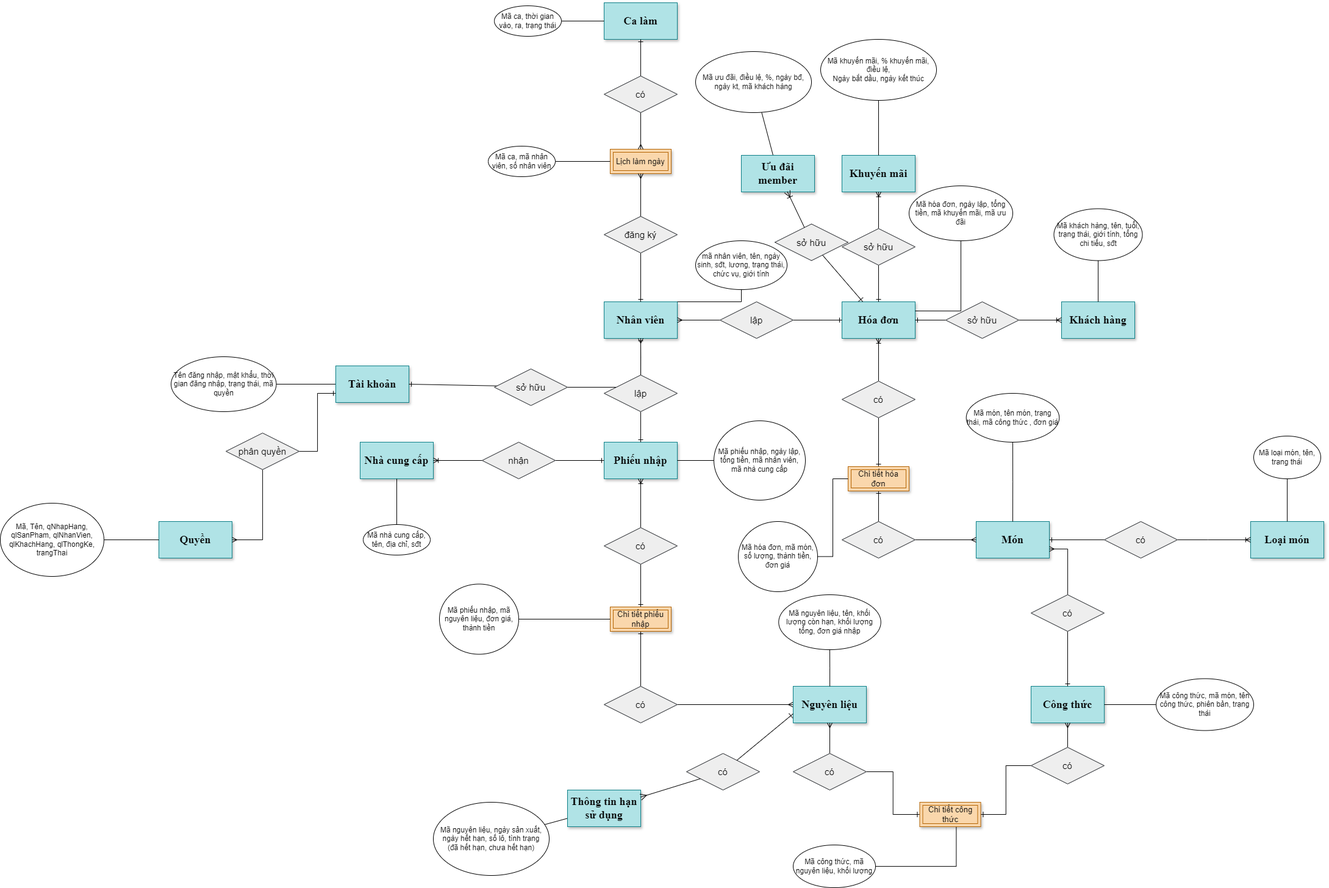
sonvuuu28/QuanLyQuanCaPhe keeps this draw.io diagram as ERD_RDM/ERD.png. Above is the earlier version. Source tidied: cells renumbered, new cells last; positions are measured from the earlier drawing's top-left corner, leaving out a move shared by most shapes.
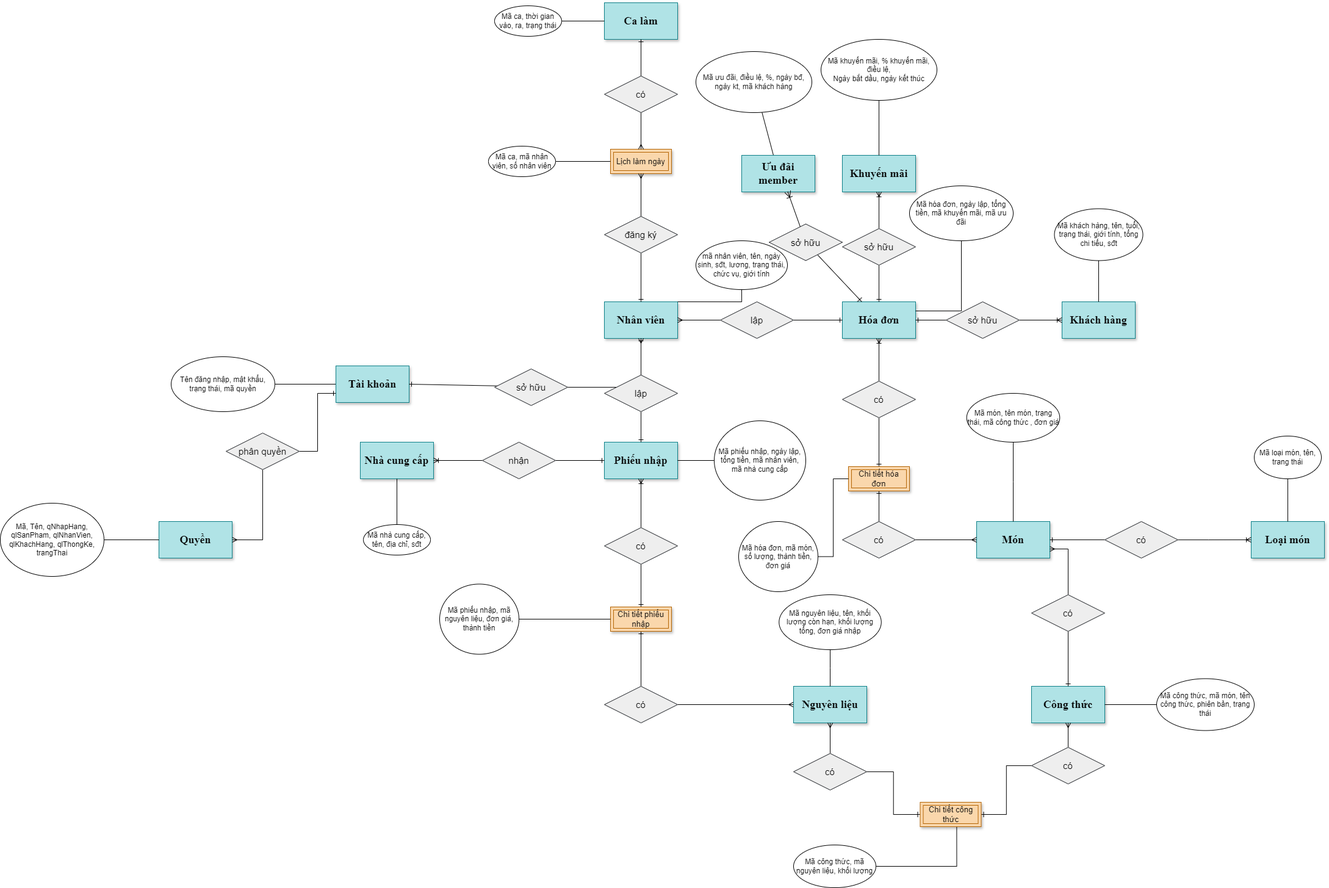
The same file after the commit.

What changed in the source:
```diff
@@ -214,8 +214,8 @@
     <mxCell id="68" value="Mã khách hàng, tên, tuổi, trạng thái, giới tính, tổng chi tiếu, sđt" style="ellipse;whiteSpace=wrap;html=1;align=center;" parent="1" vertex="1">
       <mxGeometry x="1727.5" y="337.5" width="145" height="85" as="geometry" />
     </mxCell>
-    <mxCell id="69" value="Tên đăng nhập, mật khẩu, thời gian đăng nhập, trạng thái, mã quyền" style="ellipse;whiteSpace=wrap;html=1;align=center;" parent="1" vertex="1">
-      <mxGeometry x="280" y="580" width="172.5" height="90" as="geometry" />
+    <mxCell id="69" value="Tên đăng nhập, mật khẩu, trạng thái, mã quyền" style="ellipse;whiteSpace=wrap;html=1;align=center;" parent="1" vertex="1">
+      <mxGeometry x="280" y="580" width="170" height="90" as="geometry" />
     </mxCell>
     <mxCell id="70" style="edgeStyle=orthogonalEdgeStyle;rounded=0;jettySize=auto;html=1;endArrow=none;endFill=0;" parent="1" edge="1" source="71" target="9">
       <mxGeometry relative="1" as="geometry" />
@@ -322,24 +322,6 @@
     <mxCell id="104" value="Mã hóa đơn, mã món, số lượng, thành tiền, đơn giá" style="ellipse;whiteSpace=wrap;html=1;align=center;" parent="1" vertex="1">
       <mxGeometry x="1210" y="850" width="130" height="115" as="geometry" />
     </mxCell>
-    <mxCell id="105" style="edgeStyle=none;curved=1;rounded=0;jettySize=auto;html=1;fontSize=12;startSize=8;endSize=8;endArrow=none;endFill=0;" parent="1" edge="1" source="106" target="107">
-      <mxGeometry relative="1" as="geometry" />
-    </mxCell>
-    <mxCell id="106" value="&lt;p style=&quot;font-size: 18px;&quot; class=&quot;MsoNormal&quot;&gt;&lt;font face=&quot;Times New Roman&quot;&gt;Thông tin hạn sử dụng&lt;/font&gt;&lt;/p&gt;" style="rounded=0;whiteSpace=wrap;html=1;fontSize=18;fontStyle=1;fillColor=#b0e3e6;strokeColor=#0e8088;shadow=1;" parent="1" vertex="1">
-      <mxGeometry x="930" y="1290" width="120" height="60" as="geometry" />
-    </mxCell>
-    <mxCell id="107" value="Mã nguyên liệu, ngày sản xuất, ngày hết hạn, số lô, tình trạng&lt;div&gt;(đã hết hạn, chưa hết hạn)&lt;/div&gt;" style="ellipse;whiteSpace=wrap;html=1;align=center;" parent="1" vertex="1">
-      <mxGeometry x="710" y="1310" width="190" height="120" as="geometry" />
-    </mxCell>
-    <mxCell id="108" style="edgeStyle=none;curved=1;rounded=0;jettySize=auto;html=1;entryX=0;entryY=0.75;entryDx=0;entryDy=0;fontSize=12;startSize=8;endSize=8;endArrow=ERone;endFill=0;" parent="1" edge="1" source="110" target="44">
-      <mxGeometry relative="1" as="geometry" />
-    </mxCell>
-    <mxCell id="109" style="edgeStyle=none;curved=1;rounded=0;jettySize=auto;html=1;fontSize=12;startSize=8;endSize=8;endArrow=ERmany;endFill=0;" parent="1" edge="1" source="110" target="106">
-      <mxGeometry relative="1" as="geometry" />
-    </mxCell>
-    <mxCell id="110" value="có" style="shape=rhombus;perimeter=rhombusPerimeter;whiteSpace=wrap;html=1;align=center;fontSize=15;fillColor=#eeeeee;strokeColor=#36393d;" parent="1" vertex="1">
-      <mxGeometry x="1125" y="1230" width="120" height="60" as="geometry" />
-    </mxCell>
     <mxCell id="111" style="edgeStyle=none;curved=1;rounded=0;jettySize=auto;html=1;fontSize=12;startSize=8;endSize=8;endArrow=none;endFill=0;" parent="1" edge="1" source="112" target="113">
       <mxGeometry relative="1" as="geometry" />
     </mxCell>
@@ -353,7 +335,7 @@
       <mxGeometry relative="1" as="geometry" />
     </mxCell>
     <mxCell id="115" value="sở hữu" style="shape=rhombus;perimeter=rhombusPerimeter;whiteSpace=wrap;html=1;align=center;fontSize=15;fillColor=#eeeeee;strokeColor=#36393d;" parent="1" vertex="1">
-      <mxGeometry x="1270" y="362.5" width="120" height="60" as="geometry" />
+      <mxGeometry x="1260" y="362.5" width="120" height="60" as="geometry" />
     </mxCell>
     <mxCell id="116" style="edgeStyle=none;curved=1;rounded=0;jettySize=auto;html=1;entryX=0.628;entryY=0.99;entryDx=0;entryDy=0;entryPerimeter=0;fontSize=12;startSize=8;endSize=8;endArrow=ERoneToMany;endFill=0;" parent="1" edge="1" source="115" target="112">
       <mxGeometry relative="1" as="geometry" />
```
